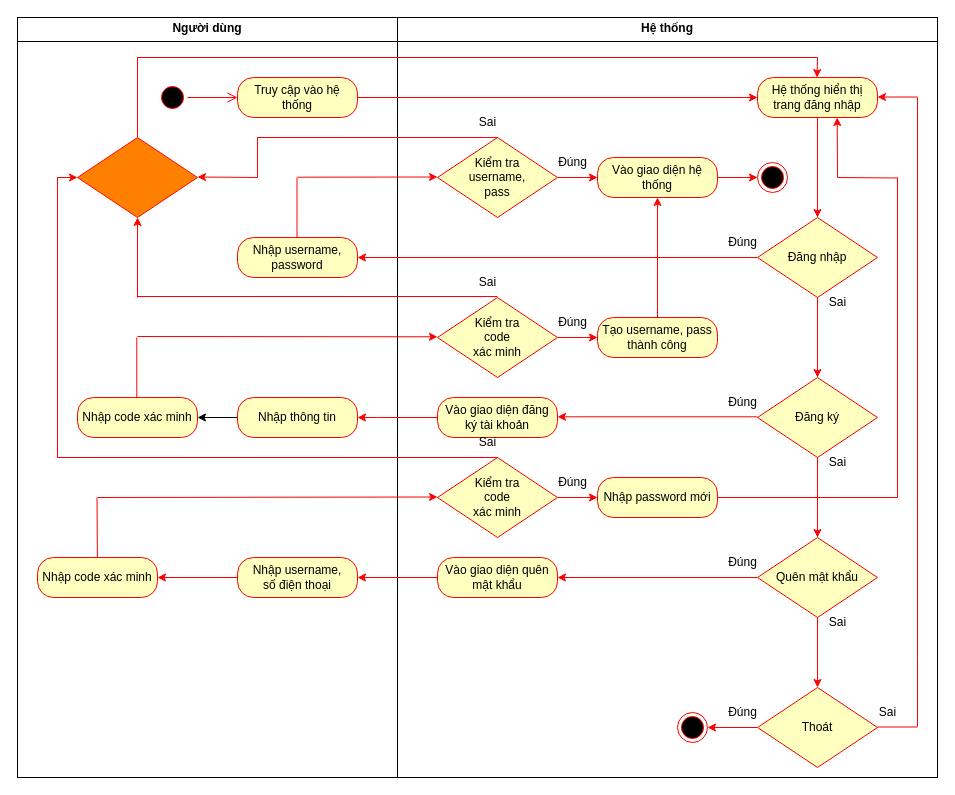
Above: Sơ đồ hoạt động UC đăng nhập.drawio in HaojackYT/DAA_SA (draw.io), before the change. Source tidied: cells renumbered, new cells numbered last; positions are measured from the earlier drawing's top-left corner, leaving out a move shared by most shapes. Both pictures are drawn from the tidied source at 100%, with x=0, y=0 at pixel (17, 17).
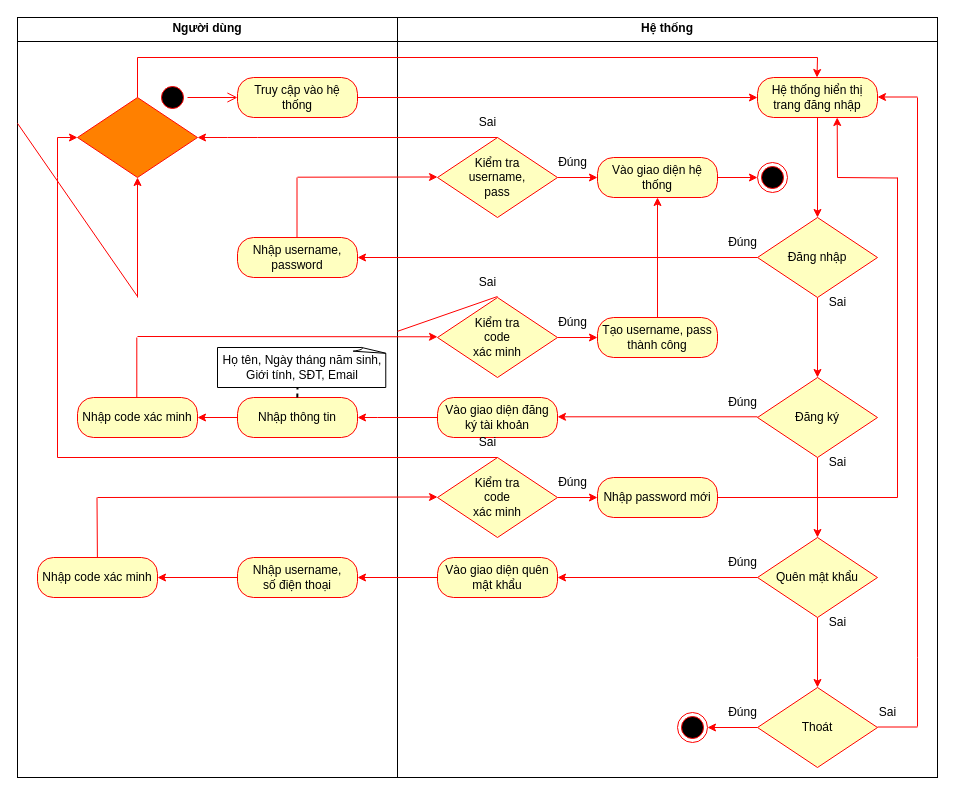
Above is the later version.

The change refers to these unchanged cells:
```xml
<mxCell id="33" value="Nhập thông tin" style="rounded=1;whiteSpace=wrap;html=1;arcSize=40;fontColor=#000000;fillColor=#ffffc0;strokeColor=#ff0000;" parent="1" vertex="1">
  <mxGeometry x="220" y="380" width="120" height="40" as="geometry" />
</mxCell>
<mxCell id="34" value="Nhập code xác minh" style="rounded=1;whiteSpace=wrap;html=1;arcSize=40;fontColor=#000000;fillColor=#ffffc0;strokeColor=#ff0000;" parent="1" vertex="1">
  <mxGeometry x="60" y="380" width="120" height="40" as="geometry" />
</mxCell>
```

The edit, as a diff of the source:
```diff
@@
+    <mxCell id="3" value="&lt;p style=&quot;margin:0px;margin-top:4px;text-align:center;&quot;&gt;&lt;b&gt;Người dùng&lt;/b&gt;&lt;/p&gt;&lt;hr size=&quot;1&quot; style=&quot;border-style:solid;&quot;&gt;&lt;div style=&quot;height:2px;&quot;&gt;&lt;/div&gt;" style="verticalAlign=top;align=left;overflow=fill;html=1;whiteSpace=wrap;" parent="1" vertex="1">
+      <mxGeometry width="380" height="760" as="geometry" />
+    </mxCell>
@@
-    <mxCell id="3" value="&lt;p style=&quot;margin:0px;margin-top:4px;text-align:center;&quot;&gt;&lt;b&gt;Người dùng&lt;/b&gt;&lt;/p&gt;&lt;hr size=&quot;1&quot; style=&quot;border-style:solid;&quot;&gt;&lt;div style=&quot;height:2px;&quot;&gt;&lt;/div&gt;" style="verticalAlign=top;align=left;overflow=fill;html=1;whiteSpace=wrap;" parent="1" vertex="1">
-      <mxGeometry width="380" height="760" as="geometry" />
-    </mxCell>
     <mxCell id="4" style="rhombus;whiteSpace=wrap;html=1;fontColor=#000000;fillColor=#FF8000;strokeColor=#FF0909;shadow=0;" parent="1" vertex="1">
-      <mxGeometry x="60" y="120" width="120" height="80" as="geometry" />
+      <mxGeometry x="60" y="80" width="120" height="80" as="geometry" />
     </mxCell>
@@
-    <mxCell id="32" style="edgeStyle=orthogonalEdgeStyle;rounded=0;jettySize=auto;html=1;" parent="1" edge="1" source="33" target="34">
+    <mxCell id="32" style="edgeStyle=orthogonalEdgeStyle;rounded=0;jettySize=auto;html=1;strokeColor=#FF0000;" parent="1" edge="1" source="33" target="34">
       <mxGeometry relative="1" as="geometry" />
     </mxCell>
@@
-    <mxCell id="56" style="endArrow=none;html=1;rounded=0;strokeColor=#FF0000;" parent="1" edge="1">
+    <mxCell id="56" style="endArrow=none;html=1;rounded=0;strokeColor=#FF0000;" parent="1" edge="1" source="3">
       <mxGeometry relative="1" as="geometry">
-        <mxPoint x="120" y="279" as="sourcePoint" />
         <mxPoint x="480" y="279" as="targetPoint" />
       </mxGeometry>
     </mxCell>
@@
     <mxCell id="60" style="endArrow=classic;html=1;rounded=0;strokeColor=#FF0000;" parent="1" edge="1" target="4">
       <mxGeometry relative="1" as="geometry">
         <mxPoint x="40" y="160" as="sourcePoint" />
+        <Array as="points">
+          <mxPoint x="40" y="120" />
+        </Array>
       </mxGeometry>
     </mxCell>
-    <mxCell id="61" style="endArrow=none;html=1;rounded=0;strokeColor=#FF0303;" parent="1" edge="1">
-      <mxGeometry relative="1" as="geometry">
-        <mxPoint x="240" y="160" as="sourcePoint" />
-        <mxPoint x="240" y="120" as="targetPoint" />
-      </mxGeometry>
-    </mxCell>
-    <mxCell id="62" style="endArrow=classic;html=1;rounded=0;strokeColor=#FF0303;" parent="1" edge="1">
+    <mxCell id="62" style="endArrow=classic;html=1;rounded=0;strokeColor=#FF0303;entryX=1;entryY=0.5;entryDx=0;entryDy=0;" parent="1" edge="1" target="4">
       <mxGeometry relative="1" as="geometry">
-        <mxPoint x="240" y="160" as="sourcePoint" />
-        <mxPoint x="180" y="159.5" as="targetPoint" />
+        <mxPoint x="240" y="120" as="sourcePoint" />
+        <Array as="points">
+          <mxPoint x="210" y="120" />
+        </Array>
       </mxGeometry>
     </mxCell>
@@
     <mxCell id="66" style="endArrow=none;html=1;rounded=0;strokeColor=#FF0000;" parent="1" edge="1">
       <mxGeometry relative="1" as="geometry">
-        <mxPoint x="120" y="120" as="sourcePoint" />
+        <mxPoint x="120" y="80" as="sourcePoint" />
         <mxPoint x="120" y="40" as="targetPoint" />
       </mxGeometry>
     </mxCell>
@@
+    <mxCell id="87" value="Họ tên, Ngày tháng năm sinh, Giới tính, SĐT, Email" style="whiteSpace=wrap;html=1;shape=mxgraph.basic.document;" parent="1" vertex="1">
+      <mxGeometry x="200" y="330" width="170" height="40" as="geometry" />
+    </mxCell>
+    <mxCell id="88" style="endArrow=none;dashed=1;html=1;dashPattern=1 3;strokeWidth=2;rounded=0;" parent="1" edge="1">
+      <mxGeometry relative="1" as="geometry">
+        <mxPoint x="279.8" y="380" as="sourcePoint" />
+        <mxPoint x="279.8" y="380" as="targetPoint" />
+        <Array as="points">
+          <mxPoint x="280" y="370" />
+        </Array>
+      </mxGeometry>
+    </mxCell>
+    <mxCell id="89" style="endArrow=none;html=1;rounded=0;strokeColor=#FF0000;" parent="1" edge="1" target="3">
+      <mxGeometry relative="1" as="geometry">
+        <mxPoint x="120" y="279" as="sourcePoint" />
+      </mxGeometry>
+    </mxCell>
```
